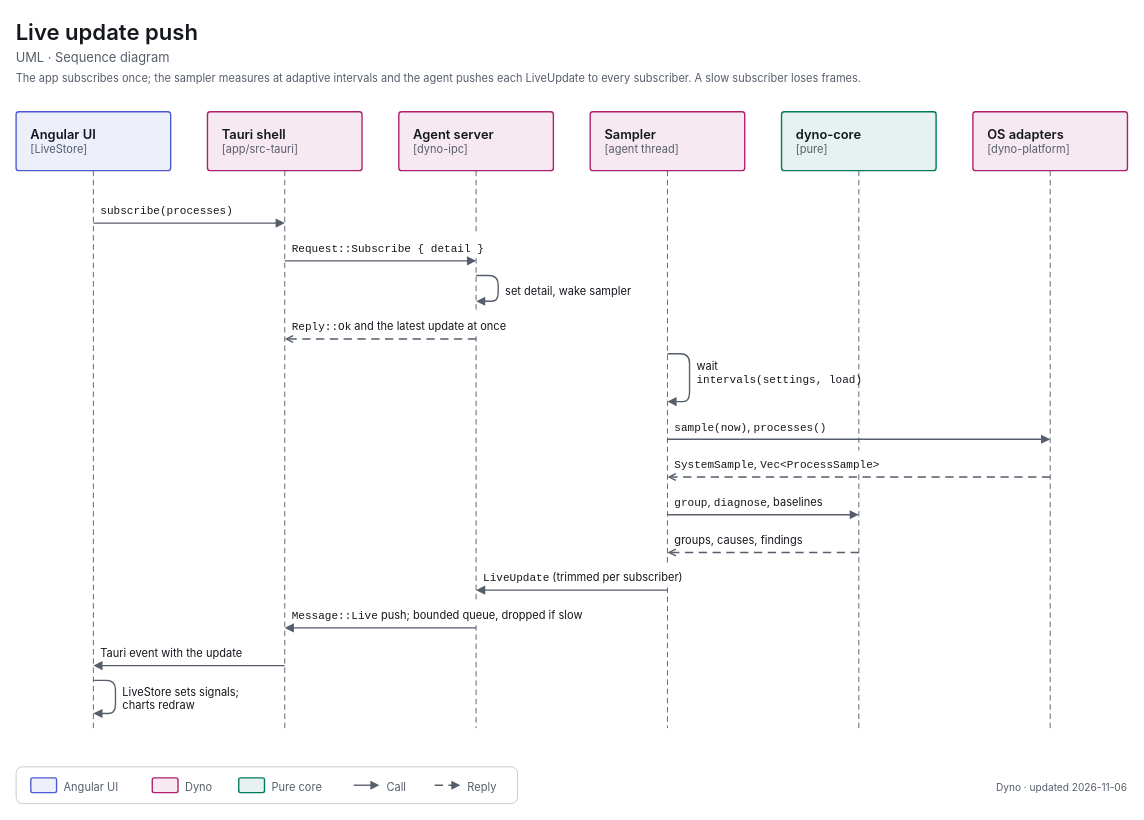
Before: apps/dyno/diagrams/uml-seq-live-update.drawio in decryp7/paddock, a draw.io diagram. Source tidied: cells renumbered, new cells numbered last; positions are measured from the earlier drawing's top-left corner, leaving out a move shared by most shapes. Both pictures are drawn from the tidied source at 92%, with x=0, y=0 at pixel (16, 16).
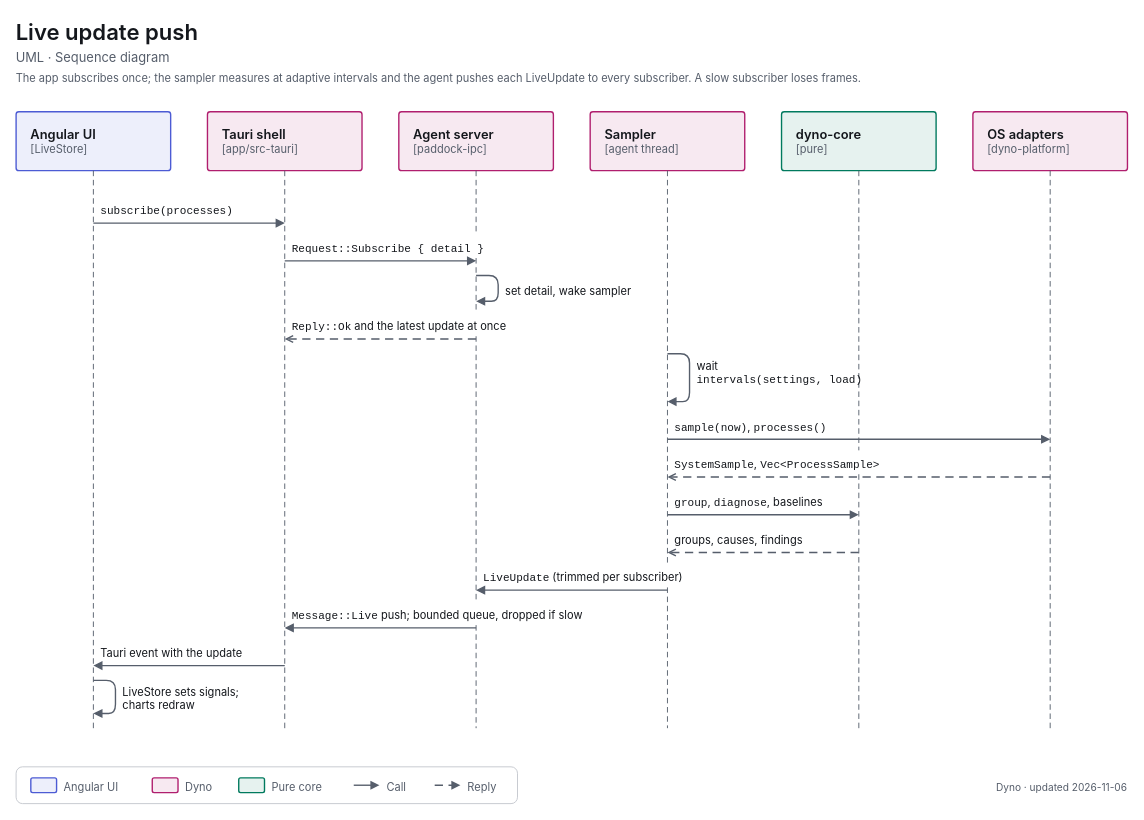
Above is the later version.

The edit, as a diff of the source:
```diff
@@
-    <mxCell id="7" value="&lt;span style=&quot;font-size:14px;font-weight:600&quot;&gt;Agent server&lt;/span&gt;&lt;br&gt;&lt;span style=&quot;font-size:12px;color:light-dark(#565E6B,#A0A7B2)&quot;&gt;[dyno-ipc]&lt;/span&gt;" style="html=1;whiteSpace=wrap;fontFamily=-apple-system,BlinkMacSystemFont,Segoe UI,system-ui,sans-serif;fontSize=12;fontColor=light-dark(#14171C,#ECEEF1);rounded=1;absoluteArcSize=1;arcSize=6;strokeWidth=1.5;strokeColor=light-dark(#B01E6E,#F063A8);fillColor=light-dark(#F7E9F1,#382332);align=left;verticalAlign=top;spacingLeft=14;spacingRight=14;spacingTop=10;spacingBottom=8;" parent="1" vertex="1">
+    <mxCell id="7" value="&lt;span style=&quot;font-size:14px;font-weight:600&quot;&gt;Agent server&lt;/span&gt;&lt;br&gt;&lt;span style=&quot;font-size:12px;color:light-dark(#565E6B,#A0A7B2)&quot;&gt;[paddock-ipc]&lt;/span&gt;" style="html=1;whiteSpace=wrap;fontFamily=-apple-system,BlinkMacSystemFont,Segoe UI,system-ui,sans-serif;fontSize=12;fontColor=light-dark(#14171C,#ECEEF1);rounded=1;absoluteArcSize=1;arcSize=6;strokeWidth=1.5;strokeColor=light-dark(#B01E6E,#F063A8);fillColor=light-dark(#F7E9F1,#382332);align=left;verticalAlign=top;spacingLeft=14;spacingRight=14;spacingTop=10;spacingBottom=8;" parent="1" vertex="1">
       <mxGeometry x="416" y="104" width="168" height="64" as="geometry" />
     </mxCell>
```
